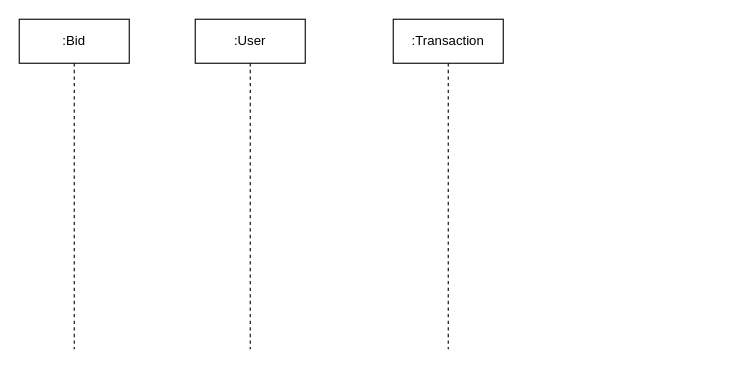
The draw.io diagram page "Page-2" (2 of 2) of Workshop4.drawio in antonykimuom/SWEN30006-2025-SM1-workshop1-tuew05-14-00-team-12, before the edit. Source tidied: cells renumbered, new cells numbered last; positions are measured from the earlier drawing's top-left corner, leaving out a move shared by most shapes. Both pictures are drawn from the tidied source at 110%, with x=0, y=0 at pixel (19, 19).
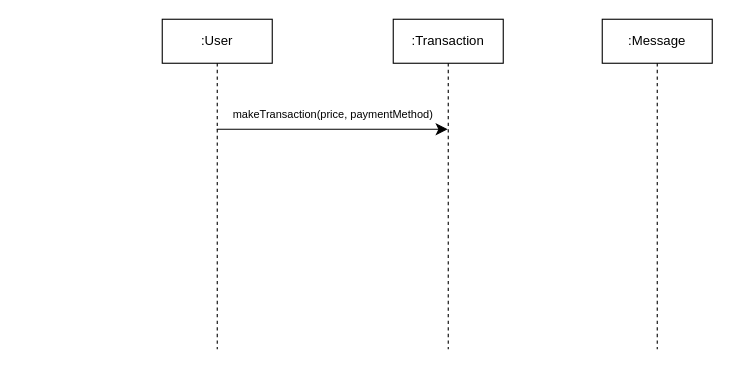
Above is the later version.

The edit, as a diff of the source:
```diff
@@
 <mxGraphModel>
   <root>
     <mxCell id="0" />
     <mxCell id="1" parent="0" />
+    <mxCell id="5" style="edgeStyle=none;curved=0;rounded=0;jettySize=auto;html=1;fontSize=12;startSize=8;endSize=8;" parent="1" edge="1" source="2" target="4">
+      <mxGeometry relative="1" as="geometry">
+        <Array as="points">
+          <mxPoint x="340" y="100" />
+        </Array>
+      </mxGeometry>
+    </mxCell>
     <mxCell id="2" value=":User" style="shape=umlLifeline;perimeter=lifelinePerimeter;whiteSpace=wrap;html=1;outlineConnect=0;portConstraint=eastwest;newEdgeStyle={&quot;curved&quot;:0,&quot;rounded&quot;:0};" parent="1" vertex="1">
-      <mxGeometry x="160" width="100" height="300" as="geometry" />
+      <mxGeometry x="130" width="100" height="300" as="geometry" />
     </mxCell>
-    <mxCell id="3" value=":Bid" style="shape=umlLifeline;perimeter=lifelinePerimeter;whiteSpace=wrap;html=1;newEdgeStyle={&quot;curved&quot;:0,&quot;rounded&quot;:0};" parent="1" vertex="1">
-      <mxGeometry width="100" height="300" as="geometry" />
+    <mxCell id="3" value=":Message" style="shape=umlLifeline;perimeter=lifelinePerimeter;whiteSpace=wrap;html=1;newEdgeStyle={&quot;curved&quot;:0,&quot;rounded&quot;:0};" parent="1" vertex="1">
+      <mxGeometry x="530" width="100" height="300" as="geometry" />
     </mxCell>
     <mxCell id="4" value=":Transaction" style="shape=umlLifeline;perimeter=lifelinePerimeter;whiteSpace=wrap;html=1;outlineConnect=0;portConstraint=eastwest;newEdgeStyle={&quot;curved&quot;:0,&quot;rounded&quot;:0};" parent="1" vertex="1">
       <mxGeometry x="340" width="100" height="300" as="geometry" />
     </mxCell>
+    <mxCell id="6" value="makeTransaction(price, paymentMethod)" style="text;html=1;align=center;verticalAlign=middle;strokeColor=none;fillColor=none;fontSize=10;" parent="1" vertex="1">
+      <mxGeometry x="180" y="71" width="210" height="30" as="geometry" />
+    </mxCell>
   </root>
 </mxGraphModel>
```
